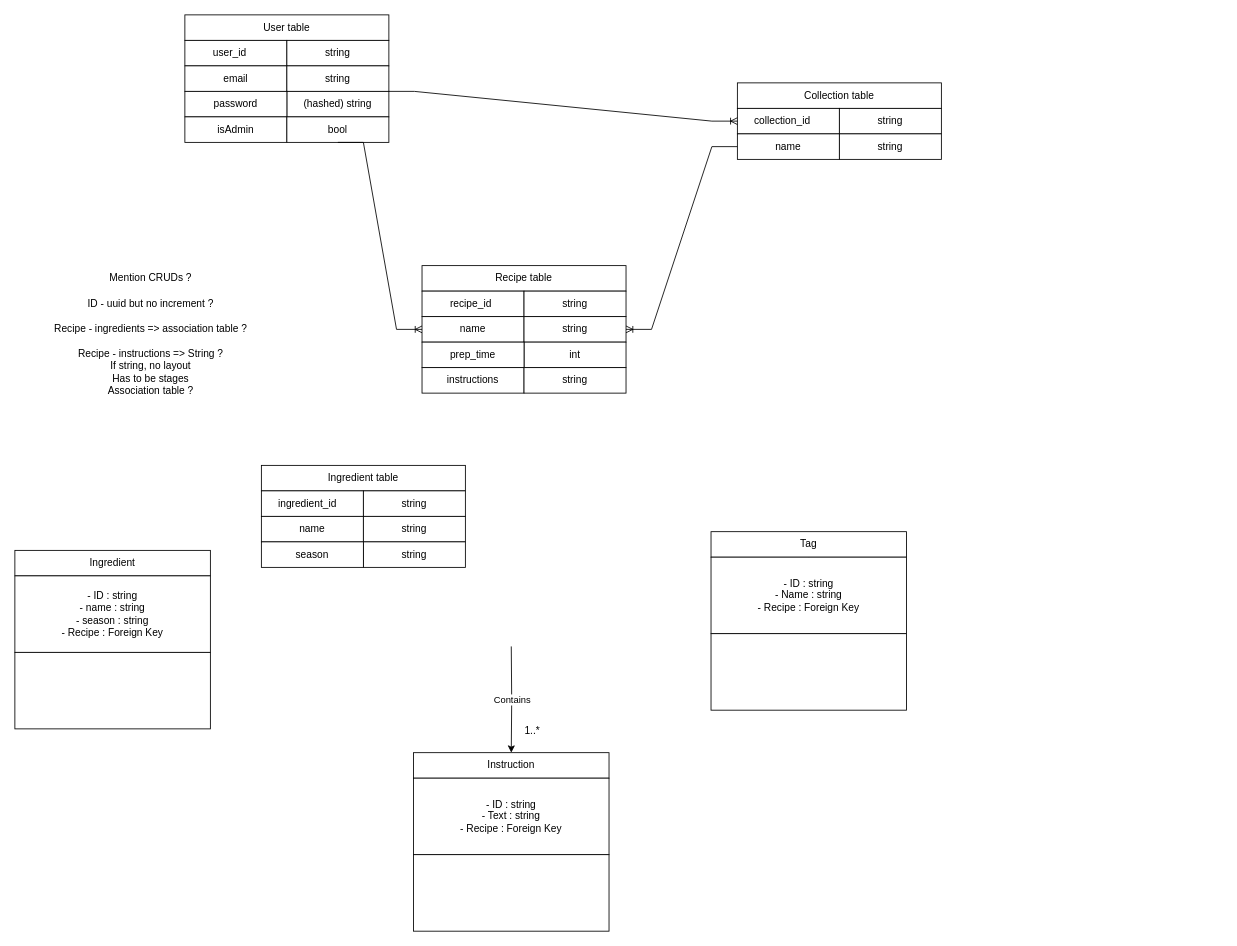
The draw.io diagram part3/5_components_-_classes_-_database_design/ERDiagram.drawio in jmitchell35/holbertonschool-portfolio_project, before the edit. Source tidied: cells renumbered, new cells numbered last; positions are measured from the earlier drawing's top-left corner, leaving out a move shared by most shapes. Both pictures are drawn from the tidied source at 85%, with x=0, y=0 at pixel (14, 14).
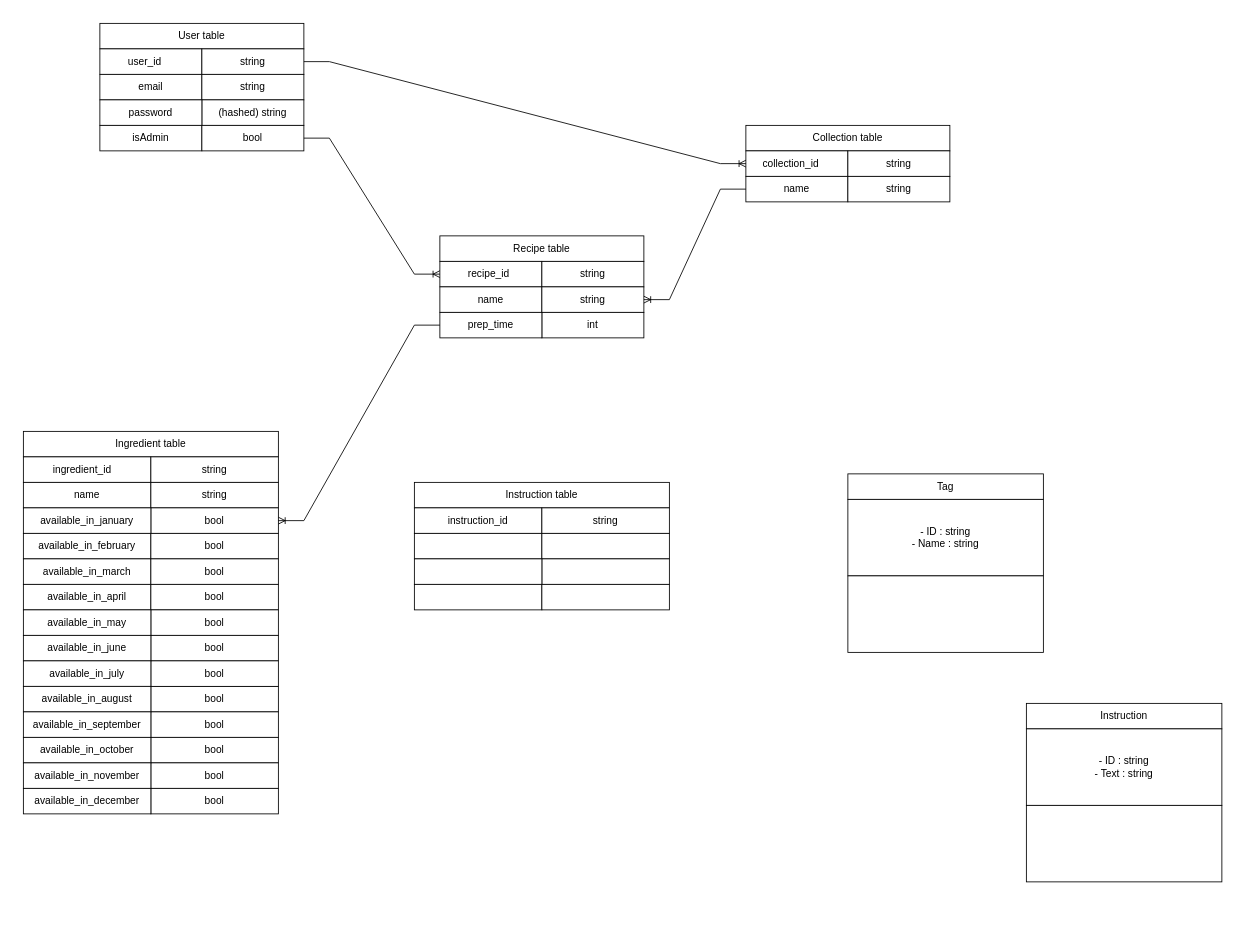
Above is the later version.

The change refers to these unchanged cells:
```xml
<mxCell id="17" value="Instruction" style="rounded=0;whiteSpace=wrap;html=1;" parent="15" vertex="1">
  <mxGeometry width="230" height="30" as="geometry" />
</mxCell>
<mxCell id="23" style="group;" parent="1" vertex="1">
  <mxGeometry x="200" width="240" height="210" as="geometry" />
</mxCell>
<mxCell id="35" value="collection_id&lt;span style=&quot;white-space: pre;&quot;&gt;&#9;&lt;/span&gt;" style="rounded=0;whiteSpace=wrap;html=1;" parent="33" vertex="1">
  <mxGeometry y="30" width="120" height="30" as="geometry" />
</mxCell>
<mxCell id="42" value="recipe_id&lt;span style=&quot;white-space: pre;&quot;&gt;&#9;&lt;/span&gt;" style="rounded=0;whiteSpace=wrap;html=1;" parent="40" vertex="1">
  <mxGeometry y="30" width="120" height="30" as="geometry" />
</mxCell>
<mxCell id="44" value="name" style="rounded=0;whiteSpace=wrap;html=1;" parent="40" vertex="1">
  <mxGeometry y="60" width="120" height="30" as="geometry" />
</mxCell>
<mxCell id="47" value="prep_time" style="rounded=0;whiteSpace=wrap;html=1;" parent="40" vertex="1">
  <mxGeometry y="90" width="120" height="30" as="geometry" />
</mxCell>
```

What changed in the source:
```diff
@@
-    <mxCell id="2" style="group;" parent="1" vertex="1">
-      <mxGeometry y="630" width="230" height="210" as="geometry" />
-    </mxCell>
-    <mxCell id="3" style="edgeStyle=orthogonalEdgeStyle;rounded=0;jettySize=auto;html=1;" parent="2" edge="1" source="4">
-      <mxGeometry relative="1" as="geometry">
-        <mxPoint x="115" y="120" as="targetPoint" />
-      </mxGeometry>
-    </mxCell>
-    <mxCell id="4" value="Ingredient" style="rounded=0;whiteSpace=wrap;html=1;" parent="2" vertex="1">
-      <mxGeometry width="230" height="30" as="geometry" />
-    </mxCell>
-    <mxCell id="5" value="&lt;div&gt;- ID : string&lt;/div&gt;&lt;div&gt;-&amp;nbsp;name :&amp;nbsp;string&lt;/div&gt;&lt;div&gt;- season : string&lt;/div&gt;&lt;div&gt;- Recipe : Foreign Key&lt;/div&gt;" style="rounded=0;whiteSpace=wrap;html=1;" parent="2" vertex="1">
-      <mxGeometry y="30" width="230" height="90" as="geometry" />
-    </mxCell>
-    <mxCell id="6" style="rounded=0;whiteSpace=wrap;html=1;" parent="2" vertex="1">
-      <mxGeometry y="120" width="230" height="90" as="geometry" />
-    </mxCell>
-    <mxCell id="7" value="ID - uuid but no increment ?" style="text;html=1;align=center;verticalAlign=middle;whiteSpace=wrap;rounded=0;" parent="1" vertex="1">
-      <mxGeometry x="40" y="325" width="240" height="30" as="geometry" />
-    </mxCell>
-    <mxCell id="8" value="&lt;div&gt;Recipe - ingredients =&amp;gt; association table ?&lt;/div&gt;" style="text;html=1;align=center;verticalAlign=middle;whiteSpace=wrap;rounded=0;" parent="1" vertex="1">
-      <mxGeometry x="40" y="355" width="240" height="30" as="geometry" />
-    </mxCell>
-    <mxCell id="9" value="&lt;div&gt;Recipe - instructions =&amp;gt; String ?&lt;/div&gt;&lt;div&gt;If string, no layout&lt;/div&gt;&lt;div&gt;Has to be stages&lt;/div&gt;&lt;div&gt;Association table ?&lt;/div&gt;" style="text;html=1;align=center;verticalAlign=middle;whiteSpace=wrap;rounded=0;" parent="1" vertex="1">
-      <mxGeometry x="40" y="405" width="240" height="30" as="geometry" />
-    </mxCell>
     <mxCell id="10" style="group;" parent="1" vertex="1">
-      <mxGeometry x="819" y="608" width="230" height="210" as="geometry" />
+      <mxGeometry x="980" y="540" width="230" height="210" as="geometry" />
     </mxCell>
@@
-    <mxCell id="13" value="&lt;div&gt;- ID : string&lt;/div&gt;&lt;div&gt;- Name : string&lt;br&gt;- Recipe : Foreign Key&lt;/div&gt;" style="rounded=0;whiteSpace=wrap;html=1;" parent="10" vertex="1">
+    <mxCell id="13" value="&lt;div&gt;- ID : string&lt;/div&gt;&lt;div&gt;- Name : string&lt;/div&gt;" style="rounded=0;whiteSpace=wrap;html=1;" parent="10" vertex="1">
       <mxGeometry y="30" width="230" height="90" as="geometry" />
     </mxCell>
@@
     <mxCell id="15" style="group;" parent="1" vertex="1">
-      <mxGeometry x="469" y="868" width="230" height="210" as="geometry" />
+      <mxGeometry x="1190" y="810" width="230" height="210" as="geometry" />
     </mxCell>
@@
-    <mxCell id="18" value="&lt;div&gt;- ID : string&lt;/div&gt;&lt;div&gt;- Text : string&lt;/div&gt;&lt;div&gt;- Recipe : Foreign Key&lt;/div&gt;" style="rounded=0;whiteSpace=wrap;html=1;" parent="15" vertex="1">
+    <mxCell id="18" value="&lt;div&gt;- ID : string&lt;/div&gt;&lt;div&gt;- Text : string&lt;/div&gt;" style="rounded=0;whiteSpace=wrap;html=1;" parent="15" vertex="1">
       <mxGeometry y="30" width="230" height="90" as="geometry" />
     </mxCell>
@@
-    <mxCell id="20" value="Contains" style="edgeStyle=orthogonalEdgeStyle;rounded=0;jettySize=auto;html=1;exitX=0.5;exitY=1;exitDx=0;exitDy=0;entryX=0.5;entryY=0;entryDx=0;entryDy=0;" parent="1" edge="1" target="17">
-      <mxGeometry relative="1" as="geometry">
-        <mxPoint x="584" y="743" as="sourcePoint" />
-      </mxGeometry>
-    </mxCell>
-    <mxCell id="21" value="1..*" style="text;html=1;align=center;verticalAlign=middle;whiteSpace=wrap;rounded=0;" parent="1" vertex="1">
-      <mxGeometry x="579" y="828" width="60" height="30" as="geometry" />
-    </mxCell>
-    <mxCell id="22" value="Mention CRUDs ?" style="text;html=1;align=center;verticalAlign=middle;whiteSpace=wrap;rounded=0;" parent="1" vertex="1">
-      <mxGeometry x="40" y="295" width="240" height="30" as="geometry" />
-    </mxCell>
@@
     <mxCell id="24" value="User table" style="rounded=0;whiteSpace=wrap;html=1;" parent="23" vertex="1">
-      <mxGeometry width="240" height="30" as="geometry" />
+      <mxGeometry x="-100" y="10" width="240" height="30" as="geometry" />
     </mxCell>
     <mxCell id="25" value="user_id&lt;span style=&quot;white-space: pre;&quot;&gt;&#9;&lt;/span&gt;" style="rounded=0;whiteSpace=wrap;html=1;" parent="23" vertex="1">
-      <mxGeometry y="30" width="120" height="30" as="geometry" />
+      <mxGeometry x="-100" y="40" width="120" height="30" as="geometry" />
     </mxCell>
     <mxCell id="26" value="string" style="rounded=0;whiteSpace=wrap;html=1;" parent="23" vertex="1">
-      <mxGeometry x="120" y="30" width="120" height="30" as="geometry" />
+      <mxGeometry x="20" y="40" width="120" height="30" as="geometry" />
     </mxCell>
     <mxCell id="27" value="email" style="rounded=0;whiteSpace=wrap;html=1;" parent="23" vertex="1">
-      <mxGeometry y="60" width="120" height="30" as="geometry" />
+      <mxGeometry x="-100" y="70" width="120" height="30" as="geometry" />
     </mxCell>
     <mxCell id="28" value="string" style="rounded=0;whiteSpace=wrap;html=1;" parent="23" vertex="1">
-      <mxGeometry x="120" y="60" width="120" height="30" as="geometry" />
+      <mxGeometry x="20" y="70" width="120" height="30" as="geometry" />
     </mxCell>
     <mxCell id="29" value="(hashed) string" style="rounded=0;whiteSpace=wrap;html=1;" parent="23" vertex="1">
-      <mxGeometry x="120" y="90" width="120" height="30" as="geometry" />
+      <mxGeometry x="20" y="100" width="120" height="30" as="geometry" />
     </mxCell>
     <mxCell id="30" value="password" style="rounded=0;whiteSpace=wrap;html=1;" parent="23" vertex="1">
-      <mxGeometry y="90" width="120" height="30" as="geometry" />
+      <mxGeometry x="-100" y="100" width="120" height="30" as="geometry" />
     </mxCell>
     <mxCell id="31" value="isAdmin" style="rounded=0;whiteSpace=wrap;html=1;" parent="23" vertex="1">
-      <mxGeometry y="120" width="120" height="30" as="geometry" />
+      <mxGeometry x="-100" y="130" width="120" height="30" as="geometry" />
     </mxCell>
     <mxCell id="32" value="bool" style="rounded=0;whiteSpace=wrap;html=1;" parent="23" vertex="1">
-      <mxGeometry x="120" y="120" width="120" height="30" as="geometry" />
+      <mxGeometry x="20" y="130" width="120" height="30" as="geometry" />
     </mxCell>
     <mxCell id="33" style="group;" parent="1" vertex="1">
-      <mxGeometry x="850" y="80" width="240" height="377" as="geometry" />
+      <mxGeometry x="860" y="130" width="240" height="377" as="geometry" />
     </mxCell>
@@
-    <mxCell id="39" style="edgeStyle=entityRelationEdgeStyle;fontSize=12;html=1;endArrow=ERoneToMany;rounded=0;exitX=1;exitY=1;exitDx=0;exitDy=0;entryX=0;entryY=0.5;entryDx=0;entryDy=0;" parent="1" edge="1" source="28" target="35">
+    <mxCell id="39" style="edgeStyle=entityRelationEdgeStyle;fontSize=12;html=1;endArrow=ERoneToMany;rounded=0;exitX=1;exitY=0.5;exitDx=0;exitDy=0;entryX=0;entryY=0.5;entryDx=0;entryDy=0;" parent="1" edge="1" source="26" target="35">
       <mxGeometry relative="1" as="geometry" />
     </mxCell>
     <mxCell id="40" style="group;" parent="1" vertex="1">
-      <mxGeometry x="479" y="295" width="240" height="210" as="geometry" />
+      <mxGeometry x="500" y="260" width="240" height="210" as="geometry" />
     </mxCell>
@@
-    <mxCell id="48" value="instructions" style="rounded=0;whiteSpace=wrap;html=1;" parent="40" vertex="1">
-      <mxGeometry y="120" width="120" height="30" as="geometry" />
-    </mxCell>
-    <mxCell id="49" value="string" style="rounded=0;whiteSpace=wrap;html=1;" parent="40" vertex="1">
-      <mxGeometry x="120" y="120" width="120" height="30" as="geometry" />
-    </mxCell>
@@
-    <mxCell id="51" style="edgeStyle=entityRelationEdgeStyle;fontSize=12;html=1;endArrow=ERoneToMany;rounded=0;exitX=0.5;exitY=1;exitDx=0;exitDy=0;entryX=0;entryY=0.5;entryDx=0;entryDy=0;" parent="1" edge="1" source="32" target="44">
+    <mxCell id="51" style="edgeStyle=entityRelationEdgeStyle;fontSize=12;html=1;endArrow=ERoneToMany;rounded=0;exitX=1;exitY=0.5;exitDx=0;exitDy=0;entryX=0;entryY=0.5;entryDx=0;entryDy=0;" parent="1" edge="1" source="32" target="42">
       <mxGeometry relative="1" as="geometry" />
     </mxCell>
+    <mxCell id="60" style="group;" parent="1" vertex="1">
+      <mxGeometry x="10" y="490" width="300" height="450" as="geometry" />
+    </mxCell>
-    <mxCell id="52" style="group;" parent="1" vertex="1">
-      <mxGeometry x="290" y="530" width="240" height="210" as="geometry" />
+    <mxCell id="52" style="group;" parent="60" vertex="1">
+      <mxGeometry width="300" height="450" as="geometry" />
     </mxCell>
     <mxCell id="53" value="Ingredient table" style="rounded=0;whiteSpace=wrap;html=1;" parent="52" vertex="1">
-      <mxGeometry width="240" height="30" as="geometry" />
+      <mxGeometry width="300" height="30" as="geometry" />
     </mxCell>
     <mxCell id="54" value="ingredient_id&lt;span style=&quot;white-space: pre;&quot;&gt;&#9;&lt;/span&gt;" style="rounded=0;whiteSpace=wrap;html=1;" parent="52" vertex="1">
-      <mxGeometry y="30" width="120" height="30" as="geometry" />
+      <mxGeometry y="30" width="150" height="30" as="geometry" />
     </mxCell>
     <mxCell id="55" value="string" style="rounded=0;whiteSpace=wrap;html=1;" parent="52" vertex="1">
-      <mxGeometry x="120" y="30" width="120" height="30" as="geometry" />
+      <mxGeometry x="150" y="30" width="150" height="30" as="geometry" />
     </mxCell>
     <mxCell id="56" value="name" style="rounded=0;whiteSpace=wrap;html=1;" parent="52" vertex="1">
-      <mxGeometry y="60" width="120" height="30" as="geometry" />
+      <mxGeometry y="60" width="150" height="30" as="geometry" />
     </mxCell>
     <mxCell id="57" value="string" style="rounded=0;whiteSpace=wrap;html=1;" parent="52" vertex="1">
-      <mxGeometry x="120" y="60" width="120" height="30" as="geometry" />
+      <mxGeometry x="150" y="60" width="150" height="30" as="geometry" />
     </mxCell>
-    <mxCell id="58" value="string" style="rounded=0;whiteSpace=wrap;html=1;" parent="52" vertex="1">
-      <mxGeometry x="120" y="90" width="120" height="30" as="geometry" />
+    <mxCell id="58" value="bool" style="rounded=0;whiteSpace=wrap;html=1;" parent="52" vertex="1">
+      <mxGeometry x="150" y="90" width="150" height="30" as="geometry" />
     </mxCell>
-    <mxCell id="59" value="season" style="rounded=0;whiteSpace=wrap;html=1;" parent="52" vertex="1">
-      <mxGeometry y="90" width="120" height="30" as="geometry" />
+    <mxCell id="59" value="available_in_january" style="rounded=0;whiteSpace=wrap;html=1;" parent="52" vertex="1">
+      <mxGeometry y="90" width="150" height="30" as="geometry" />
     </mxCell>
+    <mxCell id="61" value="available_in_february" style="rounded=0;whiteSpace=wrap;html=1;" parent="52" vertex="1">
+      <mxGeometry y="120" width="150" height="30" as="geometry" />
+    </mxCell>
+    <mxCell id="62" value="available_in_march" style="rounded=0;whiteSpace=wrap;html=1;" parent="52" vertex="1">
+      <mxGeometry y="150" width="150" height="30" as="geometry" />
+    </mxCell>
+    <mxCell id="63" value="available_in_april" style="rounded=0;whiteSpace=wrap;html=1;" parent="52" vertex="1">
+      <mxGeometry y="180" width="150" height="30" as="geometry" />
+    </mxCell>
+    <mxCell id="64" value="bool" style="rounded=0;whiteSpace=wrap;html=1;" parent="52" vertex="1">
+      <mxGeometry x="150" y="120" width="150" height="30" as="geometry" />
+    </mxCell>
+    <mxCell id="65" value="bool" style="rounded=0;whiteSpace=wrap;html=1;" parent="52" vertex="1">
+      <mxGeometry x="150" y="150" width="150" height="30" as="geometry" />
+    </mxCell>
+    <mxCell id="66" value="bool" style="rounded=0;whiteSpace=wrap;html=1;" parent="52" vertex="1">
+      <mxGeometry x="150" y="180" width="150" height="30" as="geometry" />
+    </mxCell>
+    <mxCell id="67" value="bool" style="rounded=0;whiteSpace=wrap;html=1;" parent="52" vertex="1">
+      <mxGeometry x="150" y="210" width="150" height="30" as="geometry" />
+    </mxCell>
+    <mxCell id="68" value="bool" style="rounded=0;whiteSpace=wrap;html=1;" parent="52" vertex="1">
+      <mxGeometry x="150" y="240" width="150" height="30" as="geometry" />
+    </mxCell>
+    <mxCell id="69" value="bool" style="rounded=0;whiteSpace=wrap;html=1;" parent="52" vertex="1">
+      <mxGeometry x="150" y="300" width="150" height="30" as="geometry" />
+    </mxCell>
+    <mxCell id="70" value="bool" style="rounded=0;whiteSpace=wrap;html=1;" parent="52" vertex="1">
+      <mxGeometry x="150" y="330" width="150" height="30" as="geometry" />
+    </mxCell>
+    <mxCell id="71" value="bool" style="rounded=0;whiteSpace=wrap;html=1;" parent="52" vertex="1">
+      <mxGeometry x="150" y="360" width="150" height="30" as="geometry" />
+    </mxCell>
+    <mxCell id="72" value="bool" style="rounded=0;whiteSpace=wrap;html=1;" parent="52" vertex="1">
+      <mxGeometry x="150" y="390" width="150" height="30" as="geometry" />
+    </mxCell>
+    <mxCell id="73" value="bool" style="rounded=0;whiteSpace=wrap;html=1;" parent="52" vertex="1">
+      <mxGeometry x="150" y="420" width="150" height="30" as="geometry" />
+    </mxCell>
+    <mxCell id="74" value="bool" style="rounded=0;whiteSpace=wrap;html=1;" parent="52" vertex="1">
+      <mxGeometry x="150" y="270" width="150" height="30" as="geometry" />
+    </mxCell>
+    <mxCell id="75" value="available_in_may" style="rounded=0;whiteSpace=wrap;html=1;" parent="60" vertex="1">
+      <mxGeometry y="210" width="150" height="30" as="geometry" />
+    </mxCell>
+    <mxCell id="76" value="available_in_june" style="rounded=0;whiteSpace=wrap;html=1;" parent="60" vertex="1">
+      <mxGeometry y="240" width="150" height="30" as="geometry" />
+    </mxCell>
+    <mxCell id="77" value="available_in_july" style="rounded=0;whiteSpace=wrap;html=1;" parent="60" vertex="1">
+      <mxGeometry y="270" width="150" height="30" as="geometry" />
+    </mxCell>
+    <mxCell id="78" value="available_in_august" style="rounded=0;whiteSpace=wrap;html=1;" parent="60" vertex="1">
+      <mxGeometry y="300" width="150" height="30" as="geometry" />
+    </mxCell>
+    <mxCell id="79" value="available_in_september" style="rounded=0;whiteSpace=wrap;html=1;" parent="60" vertex="1">
+      <mxGeometry y="330" width="150" height="30" as="geometry" />
+    </mxCell>
+    <mxCell id="80" value="available_in_october" style="rounded=0;whiteSpace=wrap;html=1;" parent="60" vertex="1">
+      <mxGeometry y="360" width="150" height="30" as="geometry" />
+    </mxCell>
+    <mxCell id="81" value="available_in_november" style="rounded=0;whiteSpace=wrap;html=1;" parent="60" vertex="1">
+      <mxGeometry y="390" width="150" height="30" as="geometry" />
+    </mxCell>
+    <mxCell id="82" value="available_in_december" style="rounded=0;whiteSpace=wrap;html=1;" parent="60" vertex="1">
+      <mxGeometry y="420" width="150" height="30" as="geometry" />
+    </mxCell>
+    <mxCell id="83" style="edgeStyle=entityRelationEdgeStyle;fontSize=12;html=1;endArrow=ERoneToMany;rounded=0;exitX=0;exitY=0.5;exitDx=0;exitDy=0;entryX=1;entryY=0.5;entryDx=0;entryDy=0;" parent="1" edge="1" source="47" target="58">
+      <mxGeometry relative="1" as="geometry" />
+    </mxCell>
+    <mxCell id="84" style="group;" parent="1" vertex="1">
+      <mxGeometry x="470" y="550" width="300" height="150" as="geometry" />
+    </mxCell>
+    <mxCell id="85" value="Instruction table" style="rounded=0;whiteSpace=wrap;html=1;" parent="84" vertex="1">
+      <mxGeometry width="300" height="30" as="geometry" />
+    </mxCell>
+    <mxCell id="86" value="instruction_id" style="rounded=0;whiteSpace=wrap;html=1;" parent="84" vertex="1">
+      <mxGeometry y="30" width="150" height="30" as="geometry" />
+    </mxCell>
+    <mxCell id="49" value="string" style="rounded=0;whiteSpace=wrap;html=1;" parent="84" vertex="1">
+      <mxGeometry x="150" y="30" width="150" height="30" as="geometry" />
+    </mxCell>
+    <mxCell id="87" style="rounded=0;whiteSpace=wrap;html=1;" parent="84" vertex="1">
+      <mxGeometry y="60" width="150" height="30" as="geometry" />
+    </mxCell>
+    <mxCell id="88" style="rounded=0;whiteSpace=wrap;html=1;" parent="84" vertex="1">
+      <mxGeometry x="150" y="60" width="150" height="30" as="geometry" />
+    </mxCell>
+    <mxCell id="89" style="rounded=0;whiteSpace=wrap;html=1;" parent="84" vertex="1">
+      <mxGeometry x="150" y="90" width="150" height="30" as="geometry" />
+    </mxCell>
+    <mxCell id="90" style="rounded=0;whiteSpace=wrap;html=1;" parent="84" vertex="1">
+      <mxGeometry y="90" width="150" height="30" as="geometry" />
+    </mxCell>
+    <mxCell id="91" style="rounded=0;whiteSpace=wrap;html=1;" parent="84" vertex="1">
+      <mxGeometry y="120" width="150" height="30" as="geometry" />
+    </mxCell>
+    <mxCell id="92" style="rounded=0;whiteSpace=wrap;html=1;" parent="84" vertex="1">
+      <mxGeometry x="150" y="120" width="150" height="30" as="geometry" />
+    </mxCell>
```
